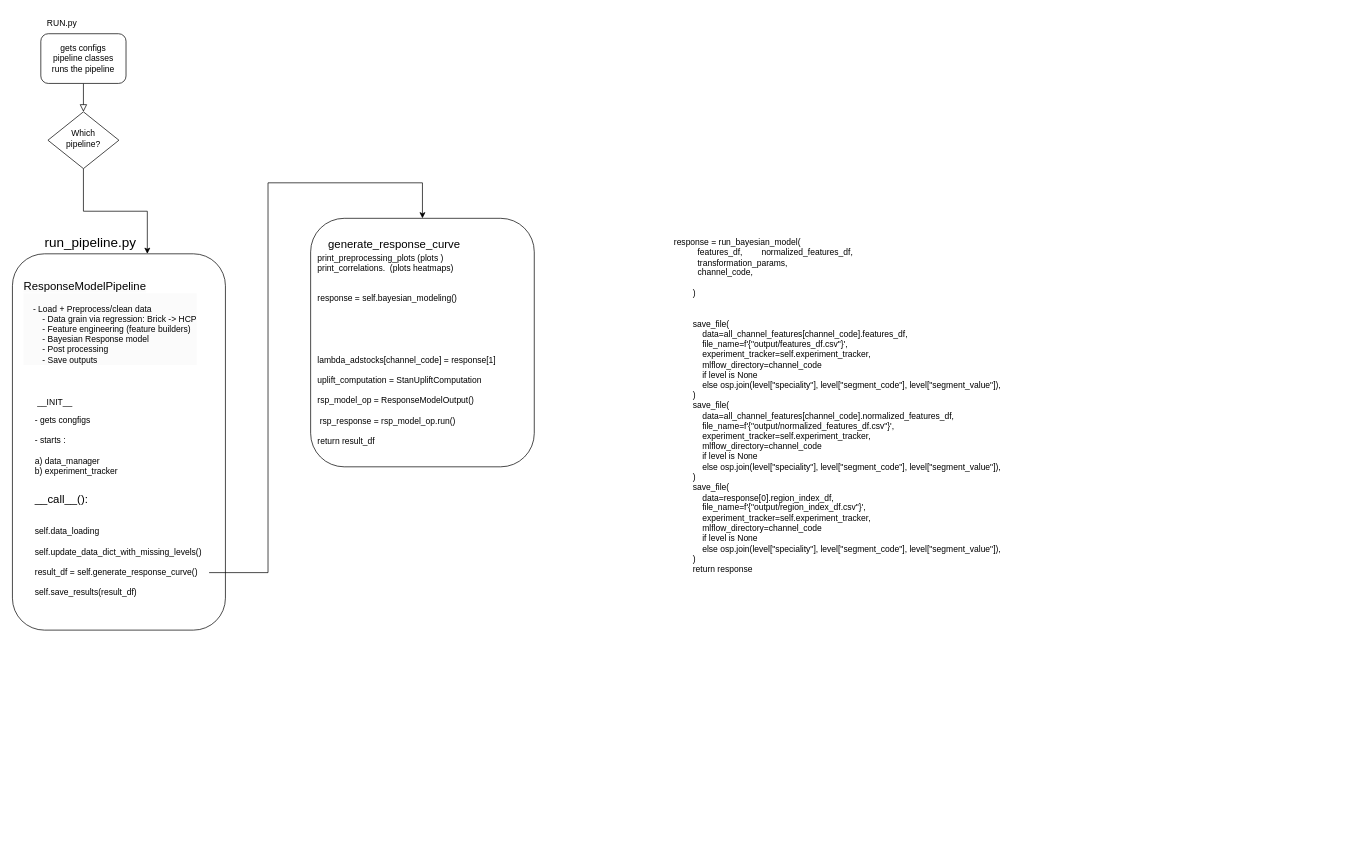
Before: mmx.drawio in Robertoarce/flowcharts, a draw.io diagram. Source tidied: cells renumbered, new cells numbered last; positions are measured from the earlier drawing's top-left corner, leaving out a move shared by most shapes. Both pictures are drawn from the tidied source at 71%, with x=0, y=0 at pixel (12, 12).
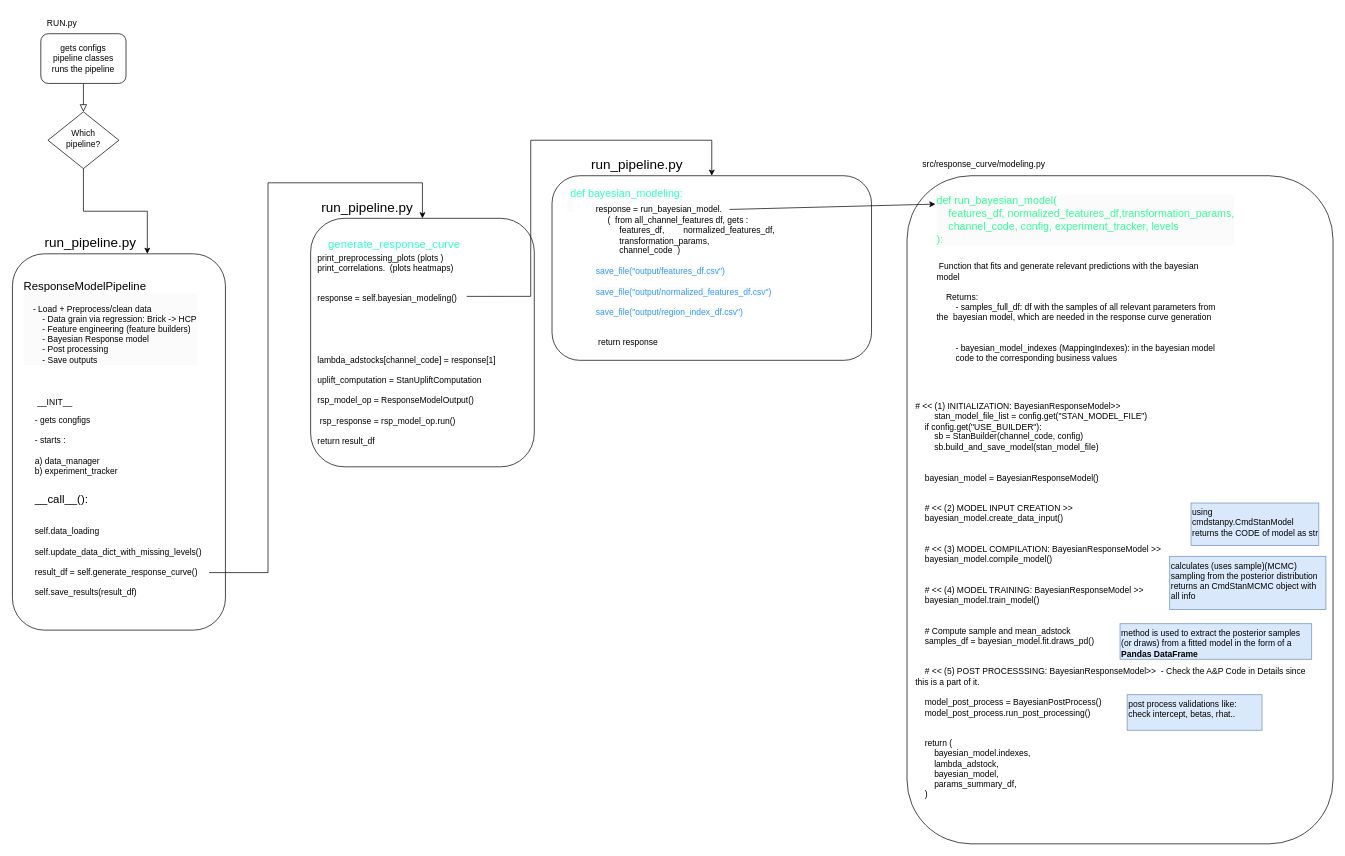
The same diagram, later.

Unchanged cells that the change refers to:
```xml
<mxCell id="16" value="print_preprocessing_plots (plots )&lt;div&gt;print_correlations.&amp;nbsp; (plots heatmaps)&lt;br&gt;&lt;/div&gt;&lt;div&gt;&lt;br&gt;&lt;/div&gt;&lt;div&gt;&lt;br&gt;&lt;/div&gt;&lt;div&gt;response = self.bayesian_modeling()&lt;br&gt;&lt;/div&gt;&lt;div&gt;&lt;span style=&quot;white-space: pre;&quot;&gt;&#9;&lt;/span&gt;&lt;br&gt;&lt;/div&gt;&lt;div&gt;&lt;br&gt;&lt;/div&gt;&lt;div&gt;&lt;br&gt;&lt;/div&gt;&lt;div&gt;&lt;br&gt;&lt;/div&gt;&lt;div&gt;&lt;br&gt;&lt;/div&gt;&lt;div&gt;&lt;div&gt;lambda_adstocks[channel_code] = response[1]&lt;/div&gt;&lt;div&gt;&lt;br&gt;&lt;/div&gt;&lt;div&gt;uplift_computation&amp;nbsp;= StanUpliftComputation&lt;/div&gt;&lt;/div&gt;&lt;div&gt;&lt;br&gt;&lt;/div&gt;&lt;div&gt;rsp_model_op = ResponseModelOutput()&lt;br&gt;&lt;/div&gt;&lt;div&gt;&lt;br&gt;&lt;/div&gt;&lt;div&gt;&amp;nbsp;rsp_response = rsp_model_op.run()&lt;br&gt;&lt;/div&gt;&lt;div&gt;&lt;br&gt;&lt;/div&gt;&lt;div&gt;return result_df&lt;br&gt;&lt;/div&gt;" style="text;html=1;align=left;verticalAlign=middle;whiteSpace=wrap;rounded=0;" parent="1" vertex="1">
  <mxGeometry x="427.5" y="340" width="300" height="270" as="geometry" />
</mxCell>
```

Diff of the diagram source:
```diff
@@
+    <mxCell id="18" style="rounded=1;whiteSpace=wrap;html=1;" parent="1" vertex="1">
+      <mxGeometry x="1260" y="230" width="600" height="941" as="geometry" />
+    </mxCell>
@@
-    <mxCell id="14" value="generate_response_curve" style="text;whiteSpace=wrap;fontSize=16;" parent="1" vertex="1">
+    <mxCell id="14" value="generate_response_curve" style="text;whiteSpace=wrap;fontSize=16;fontColor=#33FFC9;" parent="1" vertex="1">
       <mxGeometry x="442.5" y="310" width="270" height="40" as="geometry" />
     </mxCell>
@@
+    <mxCell id="19" style="rounded=1;whiteSpace=wrap;html=1;" parent="1" vertex="1">
+      <mxGeometry x="760" y="230" width="450" height="260" as="geometry" />
+    </mxCell>
-    <mxCell id="17" value="response = run_bayesian_model( &#10;          features_df,        normalized_features_df,&#10;          transformation_params,&#10;          channel_code,&#10;&#10;        )&#10;&#10;&#10;        save_file(&#10;            data=all_channel_features[channel_code].features_df,&#10;            file_name=f'{&quot;output/features_df.csv&quot;}',&#10;            experiment_tracker=self.experiment_tracker,&#10;            mlflow_directory=channel_code&#10;            if level is None&#10;            else osp.join(level[&quot;speciality&quot;], level[&quot;segment_code&quot;], level[&quot;segment_value&quot;]),&#10;        )&#10;        save_file(&#10;            data=all_channel_features[channel_code].normalized_features_df,&#10;            file_name=f'{&quot;output/normalized_features_df.csv&quot;}',&#10;            experiment_tracker=self.experiment_tracker,&#10;            mlflow_directory=channel_code&#10;            if level is None&#10;            else osp.join(level[&quot;speciality&quot;], level[&quot;segment_code&quot;], level[&quot;segment_value&quot;]),&#10;        )&#10;        save_file(&#10;            data=response[0].region_index_df,&#10;            file_name=f'{&quot;output/region_index_df.csv&quot;}',&#10;            experiment_tracker=self.experiment_tracker,&#10;            mlflow_directory=channel_code&#10;            if level is None&#10;            else osp.join(level[&quot;speciality&quot;], level[&quot;segment_code&quot;], level[&quot;segment_value&quot;]),&#10;        )&#10;        return response" style="text;whiteSpace=wrap;" parent="1" vertex="1">
-      <mxGeometry x="930" y="310" width="490" height="540" as="geometry" />
+    <mxCell id="17" value="  &#10;response = run_bayesian_model. &#10;     (  from all_channel_features df, gets :&#10;          features_df,        normalized_features_df,&#10;          transformation_params,&#10;          channel_code  )&#10;&#10;&#10;&#10;&#10;&#10;&#10;&#10;     &#10; return response" style="text;whiteSpace=wrap;" parent="1" vertex="1">
+      <mxGeometry x="820" y="250" width="380" height="240" as="geometry" />
     </mxCell>
+    <mxCell id="20" style="edgeStyle=orthogonalEdgeStyle;rounded=0;jettySize=auto;html=1;entryX=0.5;entryY=0;entryDx=0;entryDy=0;exitX=0.708;exitY=0.222;exitDx=0;exitDy=0;exitPerimeter=0;" parent="1" edge="1" source="16" target="19">
+      <mxGeometry relative="1" as="geometry">
+        <Array as="points">
+          <mxPoint x="730" y="400" />
+          <mxPoint x="730" y="180" />
+          <mxPoint x="985" y="180" />
+        </Array>
+      </mxGeometry>
+    </mxCell>
+    <mxCell id="21" value=" &#10; Function that fits and generate relevant predictions with the bayesian model&#10;&#10;    Returns:&#10;        - samples_full_df: df with the samples of all relevant parameters from the  bayesian model, which are needed in the response curve generation&#10;&#10;&#10;        - bayesian_model_indexes (MappingIndexes): in the bayesian model&#10;        code to the corresponding business values &#10;&#10;&#10;&#10;&#10;&#10;" style="text;whiteSpace=wrap;" parent="1" vertex="1">
+      <mxGeometry x="1300" y="330" width="400" height="191" as="geometry" />
+    </mxCell>
+    <mxCell id="22" value="src/response_curve/modeling.py" style="text;whiteSpace=wrap;" parent="1" vertex="1">
+      <mxGeometry x="1280" y="200" width="210" height="40" as="geometry" />
+    </mxCell>
+    <mxCell id="23" value="&lt;font style=&quot;font-size: 19px;&quot;&gt;run_pipeline.py&lt;/font&gt;" style="text;html=1;align=center;verticalAlign=middle;whiteSpace=wrap;rounded=0;" parent="1" vertex="1">
+      <mxGeometry x="470" y="260" width="60" height="30" as="geometry" />
+    </mxCell>
+    <mxCell id="24" value="&lt;font style=&quot;font-size: 19px;&quot;&gt;run_pipeline.py&lt;/font&gt;" style="text;html=1;align=center;verticalAlign=middle;whiteSpace=wrap;rounded=0;" parent="1" vertex="1">
+      <mxGeometry x="850" y="200" width="60" height="30" as="geometry" />
+    </mxCell>
+    <mxCell id="25" value="&lt;font color=&quot;#33ffc9&quot; style=&quot;font-size: 15px;&quot;&gt;&lt;span style=&quot;font-family: Helvetica; font-style: normal; font-variant-ligatures: normal; font-variant-caps: normal; font-weight: 400; letter-spacing: normal; orphans: 2; text-align: left; text-indent: 0px; text-transform: none; widows: 2; word-spacing: 0px; -webkit-text-stroke-width: 0px; white-space: normal; background-color: rgb(251, 251, 251); text-decoration-thickness: initial; text-decoration-style: initial; text-decoration-color: initial; float: none; display: inline !important;&quot;&gt;&amp;nbsp;def bayesian_modeling:&lt;/span&gt;&lt;br style=&quot;forced-color-adjust: none; padding: 0px; margin: 0px; font-family: Helvetica; font-style: normal; font-variant-ligatures: normal; font-variant-caps: normal; font-weight: 400; letter-spacing: normal; orphans: 2; text-align: left; text-indent: 0px; text-transform: none; widows: 2; word-spacing: 0px; -webkit-text-stroke-width: 0px; white-space: normal; background-color: rgb(251, 251, 251); text-decoration-thickness: initial; text-decoration-style: initial; text-decoration-color: initial;&quot;&gt;&lt;span style=&quot;forced-color-adjust: none; padding: 0px; margin: 0px; font-family: Helvetica; font-style: normal; font-variant-ligatures: normal; font-variant-caps: normal; font-weight: 400; letter-spacing: normal; orphans: 2; text-align: left; text-indent: 0px; text-transform: none; widows: 2; word-spacing: 0px; -webkit-text-stroke-width: 0px; background-color: rgb(251, 251, 251); text-decoration-thickness: initial; text-decoration-style: initial; text-decoration-color: initial; white-space: pre;&quot;&gt;&amp;nbsp;&amp;nbsp;&lt;/span&gt;&lt;/font&gt;" style="text;whiteSpace=wrap;html=1;" parent="1" vertex="1">
+      <mxGeometry x="780" y="240" width="230" height="50" as="geometry" />
+    </mxCell>
+    <mxCell id="26" value="&lt;div style=&quot;forced-color-adjust: none; padding: 0px; margin: 0px; font-family: Helvetica; font-style: normal; font-variant-ligatures: normal; font-variant-caps: normal; font-weight: 400; letter-spacing: normal; orphans: 2; text-align: left; text-indent: 0px; text-transform: none; widows: 2; word-spacing: 0px; -webkit-text-stroke-width: 0px; white-space: normal; background-color: rgb(251, 251, 251); text-decoration-thickness: initial; text-decoration-style: initial; text-decoration-color: initial; font-size: 15px;&quot;&gt;&lt;font color=&quot;#33ff99&quot; style=&quot;font-size: 15px;&quot;&gt;def run_bayesian_model(&lt;/font&gt;&lt;/div&gt;&lt;div style=&quot;forced-color-adjust: none; padding: 0px; margin: 0px; font-family: Helvetica; font-style: normal; font-variant-ligatures: normal; font-variant-caps: normal; font-weight: 400; letter-spacing: normal; orphans: 2; text-align: left; text-indent: 0px; text-transform: none; widows: 2; word-spacing: 0px; -webkit-text-stroke-width: 0px; white-space: normal; background-color: rgb(251, 251, 251); text-decoration-thickness: initial; text-decoration-style: initial; text-decoration-color: initial; font-size: 15px;&quot;&gt;&lt;font color=&quot;#33ff99&quot; style=&quot;font-size: 15px;&quot;&gt;&amp;nbsp; &amp;nbsp; features_df, normalized_features_df,transformation_params,&lt;/font&gt;&lt;/div&gt;&lt;div style=&quot;forced-color-adjust: none; padding: 0px; margin: 0px; font-family: Helvetica; font-style: normal; font-variant-ligatures: normal; font-variant-caps: normal; font-weight: 400; letter-spacing: normal; orphans: 2; text-align: left; text-indent: 0px; text-transform: none; widows: 2; word-spacing: 0px; -webkit-text-stroke-width: 0px; white-space: normal; background-color: rgb(251, 251, 251); text-decoration-thickness: initial; text-decoration-style: initial; text-decoration-color: initial; font-size: 15px;&quot;&gt;&lt;font color=&quot;#33ff99&quot; style=&quot;font-size: 15px;&quot;&gt;&amp;nbsp; &amp;nbsp; channel_code, config, experiment_tracker, levels&lt;/font&gt;&lt;/div&gt;&lt;div style=&quot;forced-color-adjust: none; padding: 0px; margin: 0px; font-family: Helvetica; font-style: normal; font-variant-ligatures: normal; font-variant-caps: normal; font-weight: 400; letter-spacing: normal; orphans: 2; text-align: left; text-indent: 0px; text-transform: none; widows: 2; word-spacing: 0px; -webkit-text-stroke-width: 0px; white-space: normal; background-color: rgb(251, 251, 251); text-decoration-thickness: initial; text-decoration-style: initial; text-decoration-color: initial; font-size: 15px;&quot;&gt;&lt;font color=&quot;#33ff99&quot; style=&quot;font-size: 15px;&quot;&gt;):&lt;/font&gt;&lt;/div&gt;" style="text;whiteSpace=wrap;html=1;" parent="1" vertex="1">
+      <mxGeometry x="1300" y="250" width="480" height="80" as="geometry" />
+    </mxCell>
+    <mxCell id="27" value="# &lt;&lt; (1) INITIALIZATION: BayesianResponseModel&gt;&gt;&#10;        stan_model_file_list = config.get(&quot;STAN_MODEL_FILE&quot;)&#10;    if config.get(&quot;USE_BUILDER&quot;):&#10;        sb = StanBuilder(channel_code, config)&#10;        sb.build_and_save_model(stan_model_file)&#10;&#10;&#10;    bayesian_model = BayesianResponseModel()&#10;&#10;&#10;    # &lt;&lt; (2) MODEL INPUT CREATION &gt;&gt;&#10;    bayesian_model.create_data_input()&#10;&#10;&#10;    # &lt;&lt; (3) MODEL COMPILATION: BayesianResponseModel &gt;&gt;&#10;    bayesian_model.compile_model()&#10;&#10;&#10;    # &lt;&lt; (4) MODEL TRAINING: BayesianResponseModel &gt;&gt;&#10;    bayesian_model.train_model()&#10;&#10;&#10;    # Compute sample and mean_adstock&#10;    samples_df = bayesian_model.fit.draws_pd()&#10;&#10;&#10;    # &lt;&lt; (5) POST PROCESSSING: BayesianResponseModel&gt;&gt;  - Check the A&amp;P Code in Details since this is a part of it.&#10;  &#10;    model_post_process = BayesianPostProcess()&#10;    model_post_process.run_post_processing()&#10;&#10;&#10;    return (&#10;        bayesian_model.indexes,&#10;        lambda_adstock,&#10;        bayesian_model,&#10;        params_summary_df,&#10;    )" style="text;whiteSpace=wrap;" parent="1" vertex="1">
+      <mxGeometry x="1270" y="541" width="560" height="560" as="geometry" />
+    </mxCell>
+    <mxCell id="28" value="using &#10;cmdstanpy.CmdStanModel&#10;returns the CODE of model as str" style="text;whiteSpace=wrap;fillColor=#dae8fc;strokeColor=#6c8ebf;" parent="1" vertex="1">
+      <mxGeometry x="1660" y="691" width="180" height="60" as="geometry" />
+    </mxCell>
+    <mxCell id="29" value="&lt;div&gt;calculates (uses sample)&lt;span style=&quot;background-color: initial;&quot;&gt;(MCMC)&amp;nbsp;&lt;/span&gt;&lt;/div&gt;&lt;div&gt;&lt;span style=&quot;background-color: initial;&quot;&gt;sampling from the posterior distribution&lt;/span&gt;&lt;/div&gt;&lt;div&gt;&lt;span style=&quot;background-color: initial;&quot;&gt;returns an&amp;nbsp;&lt;/span&gt;&lt;span style=&quot;background-color: initial;&quot;&gt;CmdStanMCMC object with all info&lt;/span&gt;&lt;/div&gt;" style="text;whiteSpace=wrap;html=1;fillColor=#dae8fc;strokeColor=#6c8ebf;" parent="1" vertex="1">
+      <mxGeometry x="1630" y="766" width="220" height="75" as="geometry" />
+    </mxCell>
+    <mxCell id="30" value="method is used to extract the posterior samples (or draws) from a fitted model in the form of a &lt;strong&gt;Pandas DataFrame&lt;/strong&gt;" style="text;whiteSpace=wrap;html=1;fillColor=#dae8fc;strokeColor=#6c8ebf;" parent="1" vertex="1">
+      <mxGeometry x="1560" y="861" width="270" height="50" as="geometry" />
+    </mxCell>
+    <mxCell id="31" style="endArrow=classic;html=1;rounded=0;entryX=0;entryY=0.25;entryDx=0;entryDy=0;exitX=1;exitY=0.75;exitDx=0;exitDy=0;" parent="1" edge="1" source="25" target="26">
+      <mxGeometry relative="1" as="geometry" />
+    </mxCell>
+    <mxCell id="32" value="post process validations like:&#10;check intercept, betas, rhat.." style="text;whiteSpace=wrap;fillColor=#dae8fc;strokeColor=#6c8ebf;" parent="1" vertex="1">
+      <mxGeometry x="1570" y="961" width="190" height="50" as="geometry" />
+    </mxCell>
+    <mxCell id="33" value="&lt;font color=&quot;#3399ff&quot;&gt;&lt;span style=&quot;font-family: Helvetica; font-size: 12px; font-style: normal; font-variant-ligatures: normal; font-variant-caps: normal; font-weight: 400; letter-spacing: normal; orphans: 2; text-align: left; text-indent: 0px; text-transform: none; widows: 2; word-spacing: 0px; -webkit-text-stroke-width: 0px; white-space: normal; background-color: rgb(251, 251, 251); text-decoration-thickness: initial; text-decoration-style: initial; text-decoration-color: initial; float: none; display: inline !important;&quot;&gt;save_file(&quot;output/features_df.csv&quot;)&lt;/span&gt;&lt;br style=&quot;forced-color-adjust: none; padding: 0px; margin: 0px; font-family: Helvetica; font-size: 12px; font-style: normal; font-variant-ligatures: normal; font-variant-caps: normal; font-weight: 400; letter-spacing: normal; orphans: 2; text-align: left; text-indent: 0px; text-transform: none; widows: 2; word-spacing: 0px; -webkit-text-stroke-width: 0px; white-space: normal; background-color: rgb(251, 251, 251); text-decoration-thickness: initial; text-decoration-style: initial; text-decoration-color: initial;&quot;&gt;&lt;br style=&quot;forced-color-adjust: none; padding: 0px; margin: 0px; font-family: Helvetica; font-size: 12px; font-style: normal; font-variant-ligatures: normal; font-variant-caps: normal; font-weight: 400; letter-spacing: normal; orphans: 2; text-align: left; text-indent: 0px; text-transform: none; widows: 2; word-spacing: 0px; -webkit-text-stroke-width: 0px; white-space: normal; background-color: rgb(251, 251, 251); text-decoration-thickness: initial; text-decoration-style: initial; text-decoration-color: initial;&quot;&gt;&lt;span style=&quot;font-family: Helvetica; font-size: 12px; font-style: normal; font-variant-ligatures: normal; font-variant-caps: normal; font-weight: 400; letter-spacing: normal; orphans: 2; text-align: left; text-indent: 0px; text-transform: none; widows: 2; word-spacing: 0px; -webkit-text-stroke-width: 0px; white-space: normal; background-color: rgb(251, 251, 251); text-decoration-thickness: initial; text-decoration-style: initial; text-decoration-color: initial; float: none; display: inline !important;&quot;&gt;save_file(&quot;output/normalized_features_df.csv&quot;)&lt;/span&gt;&lt;br style=&quot;forced-color-adjust: none; padding: 0px; margin: 0px; font-family: Helvetica; font-size: 12px; font-style: normal; font-variant-ligatures: normal; font-variant-caps: normal; font-weight: 400; letter-spacing: normal; orphans: 2; text-align: left; text-indent: 0px; text-transform: none; widows: 2; word-spacing: 0px; -webkit-text-stroke-width: 0px; white-space: normal; background-color: rgb(251, 251, 251); text-decoration-thickness: initial; text-decoration-style: initial; text-decoration-color: initial;&quot;&gt;&lt;br style=&quot;forced-color-adjust: none; padding: 0px; margin: 0px; font-family: Helvetica; font-size: 12px; font-style: normal; font-variant-ligatures: normal; font-variant-caps: normal; font-weight: 400; letter-spacing: normal; orphans: 2; text-align: left; text-indent: 0px; text-transform: none; widows: 2; word-spacing: 0px; -webkit-text-stroke-width: 0px; white-space: normal; background-color: rgb(251, 251, 251); text-decoration-thickness: initial; text-decoration-style: initial; text-decoration-color: initial;&quot;&gt;&lt;span style=&quot;font-family: Helvetica; font-size: 12px; font-style: normal; font-variant-ligatures: normal; font-variant-caps: normal; font-weight: 400; letter-spacing: normal; orphans: 2; text-align: left; text-indent: 0px; text-transform: none; widows: 2; word-spacing: 0px; -webkit-text-stroke-width: 0px; white-space: normal; background-color: rgb(251, 251, 251); text-decoration-thickness: initial; text-decoration-style: initial; text-decoration-color: initial; float: none; display: inline !important;&quot;&gt;save_file(&quot;output/region_index_df.csv&quot;)&lt;/span&gt;&lt;/font&gt;" style="text;whiteSpace=wrap;html=1;" parent="1" vertex="1">
+      <mxGeometry x="820" y="351" width="280" height="100" as="geometry" />
+    </mxCell>
```
